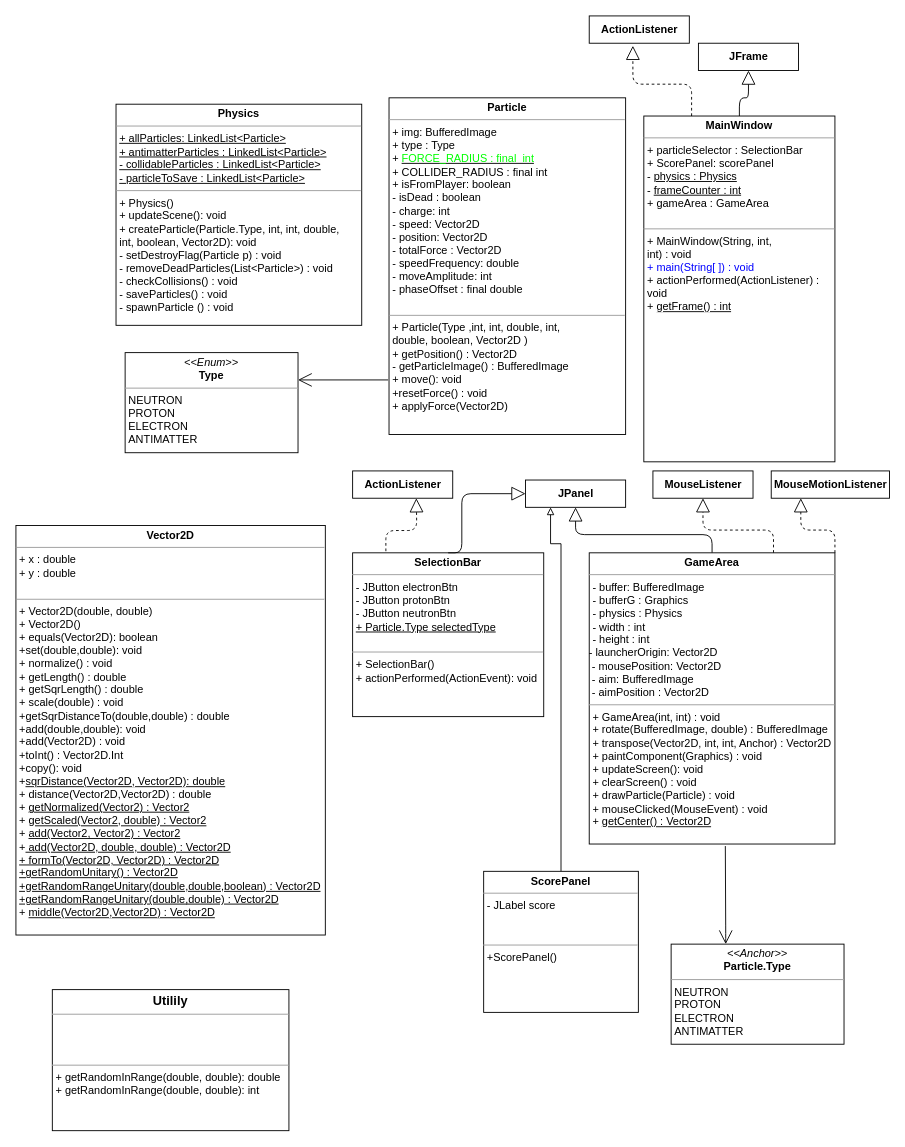
Above: DiagrammeUML.drawio in Iman974/Algo_Proj2A (draw.io), before the change. Source tidied: cells renumbered, new cells numbered last; positions are measured from the earlier drawing's top-left corner, leaving out a move shared by most shapes. Both pictures are drawn from the tidied source at 91%, with x=0, y=0 at pixel (15, 15).
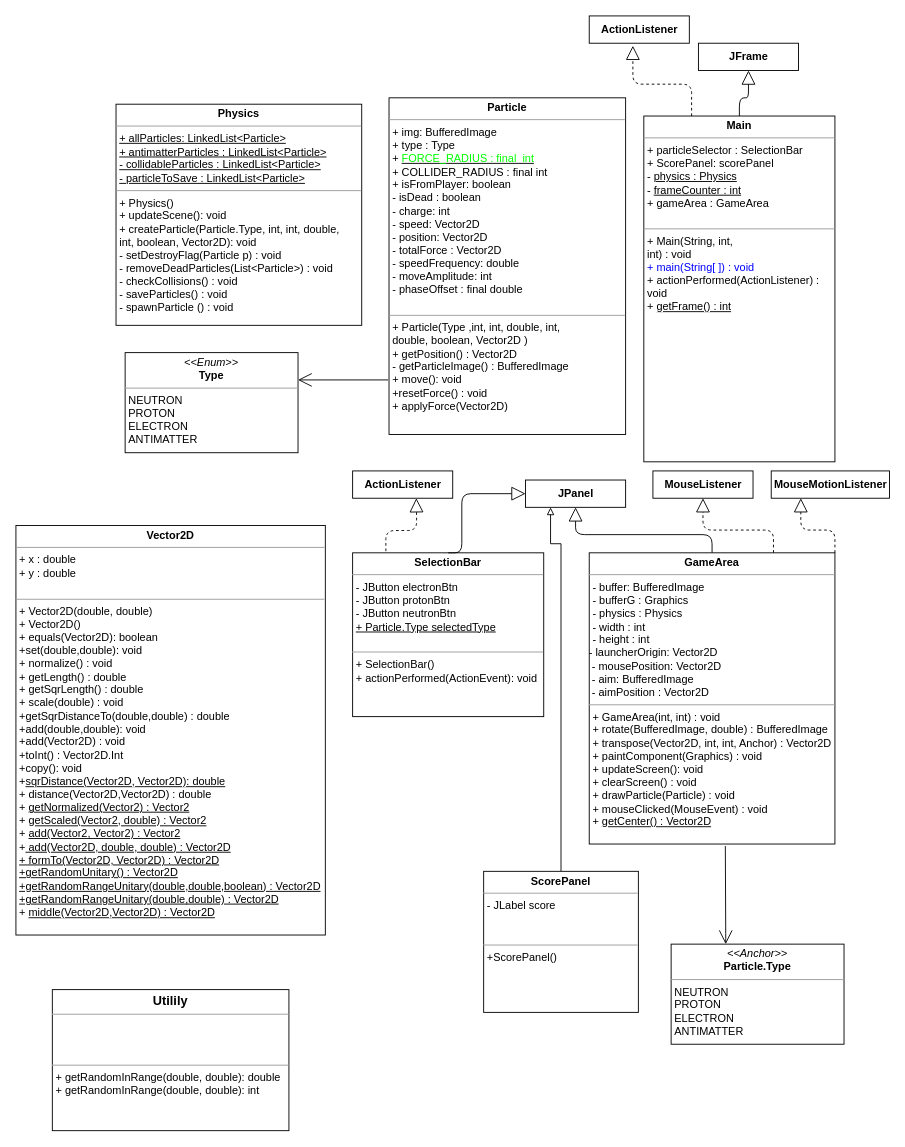
The same diagram, later.

Diff of the diagram source:
```diff
@@
-    <mxCell id="5" value="&lt;p style=&quot;margin: 0px ; margin-top: 4px ; text-align: center&quot;&gt;&lt;b&gt;MainWindow&lt;/b&gt;&lt;/p&gt;&lt;hr size=&quot;1&quot;&gt;&lt;p style=&quot;margin: 0px ; margin-left: 4px&quot;&gt;+ particleSelector : SelectionBar&lt;/p&gt;&lt;p style=&quot;margin: 0px ; margin-left: 4px&quot;&gt;+ ScorePanel: scorePanel&amp;nbsp;&lt;/p&gt;&lt;p style=&quot;margin: 0px ; margin-left: 4px&quot;&gt;- &lt;u&gt;physics : Physics&lt;/u&gt;&lt;/p&gt;&lt;p style=&quot;margin: 0px ; margin-left: 4px&quot;&gt;- &lt;u&gt;frameCounter : int&lt;/u&gt;&lt;/p&gt;&lt;p style=&quot;margin: 0px ; margin-left: 4px&quot;&gt;+ gameArea : GameArea&lt;/p&gt;&lt;p style=&quot;margin: 0px ; margin-left: 4px&quot;&gt;&lt;br&gt;&lt;/p&gt;&lt;hr size=&quot;1&quot;&gt;&lt;p style=&quot;margin: 0px ; margin-left: 4px&quot;&gt;+ MainWindow(String, int,&lt;/p&gt;&lt;p style=&quot;margin: 0px ; margin-left: 4px&quot;&gt;int) : void&lt;/p&gt;&lt;p style=&quot;margin: 0px ; margin-left: 4px&quot;&gt;&lt;font color=&quot;#0000ff&quot;&gt;+ main(String[ ]) : void&lt;/font&gt;&lt;/p&gt;&lt;p style=&quot;margin: 0px ; margin-left: 4px&quot;&gt;+ actionPerformed(ActionListener) :&lt;br&gt;void&lt;/p&gt;&lt;p style=&quot;margin: 0px ; margin-left: 4px&quot;&gt;+ &lt;u&gt;getFrame() : int&lt;/u&gt;&lt;/p&gt;" style="verticalAlign=top;align=left;overflow=fill;fontSize=12;fontFamily=Helvetica;html=1;rounded=0;shadow=0;comic=0;labelBackgroundColor=none;strokeWidth=1;labelBorderColor=none;perimeterSpacing=0;glass=0;sketch=0;" parent="1" vertex="1">
+    <mxCell id="5" value="&lt;p style=&quot;margin: 0px ; margin-top: 4px ; text-align: center&quot;&gt;&lt;b&gt;Main&lt;/b&gt;&lt;/p&gt;&lt;hr size=&quot;1&quot;&gt;&lt;p style=&quot;margin: 0px ; margin-left: 4px&quot;&gt;+ particleSelector : SelectionBar&lt;/p&gt;&lt;p style=&quot;margin: 0px ; margin-left: 4px&quot;&gt;+ ScorePanel: scorePanel&amp;nbsp;&lt;/p&gt;&lt;p style=&quot;margin: 0px ; margin-left: 4px&quot;&gt;- &lt;u&gt;physics : Physics&lt;/u&gt;&lt;/p&gt;&lt;p style=&quot;margin: 0px ; margin-left: 4px&quot;&gt;- &lt;u&gt;frameCounter : int&lt;/u&gt;&lt;/p&gt;&lt;p style=&quot;margin: 0px ; margin-left: 4px&quot;&gt;+ gameArea : GameArea&lt;/p&gt;&lt;p style=&quot;margin: 0px ; margin-left: 4px&quot;&gt;&lt;br&gt;&lt;/p&gt;&lt;hr size=&quot;1&quot;&gt;&lt;p style=&quot;margin: 0px ; margin-left: 4px&quot;&gt;+ Main(String, int,&lt;/p&gt;&lt;p style=&quot;margin: 0px ; margin-left: 4px&quot;&gt;int) : void&lt;/p&gt;&lt;p style=&quot;margin: 0px ; margin-left: 4px&quot;&gt;&lt;font color=&quot;#0000ff&quot;&gt;+ main(String[ ]) : void&lt;/font&gt;&lt;/p&gt;&lt;p style=&quot;margin: 0px ; margin-left: 4px&quot;&gt;+ actionPerformed(ActionListener) :&lt;br&gt;void&lt;/p&gt;&lt;p style=&quot;margin: 0px ; margin-left: 4px&quot;&gt;+ &lt;u&gt;getFrame() : int&lt;/u&gt;&lt;/p&gt;" style="verticalAlign=top;align=left;overflow=fill;fontSize=12;fontFamily=Helvetica;html=1;rounded=0;shadow=0;comic=0;labelBackgroundColor=none;strokeWidth=1;labelBorderColor=none;perimeterSpacing=0;glass=0;sketch=0;" parent="1" vertex="1">
       <mxGeometry x="690" y="110" width="210" height="380" as="geometry" />
     </mxCell>
```
